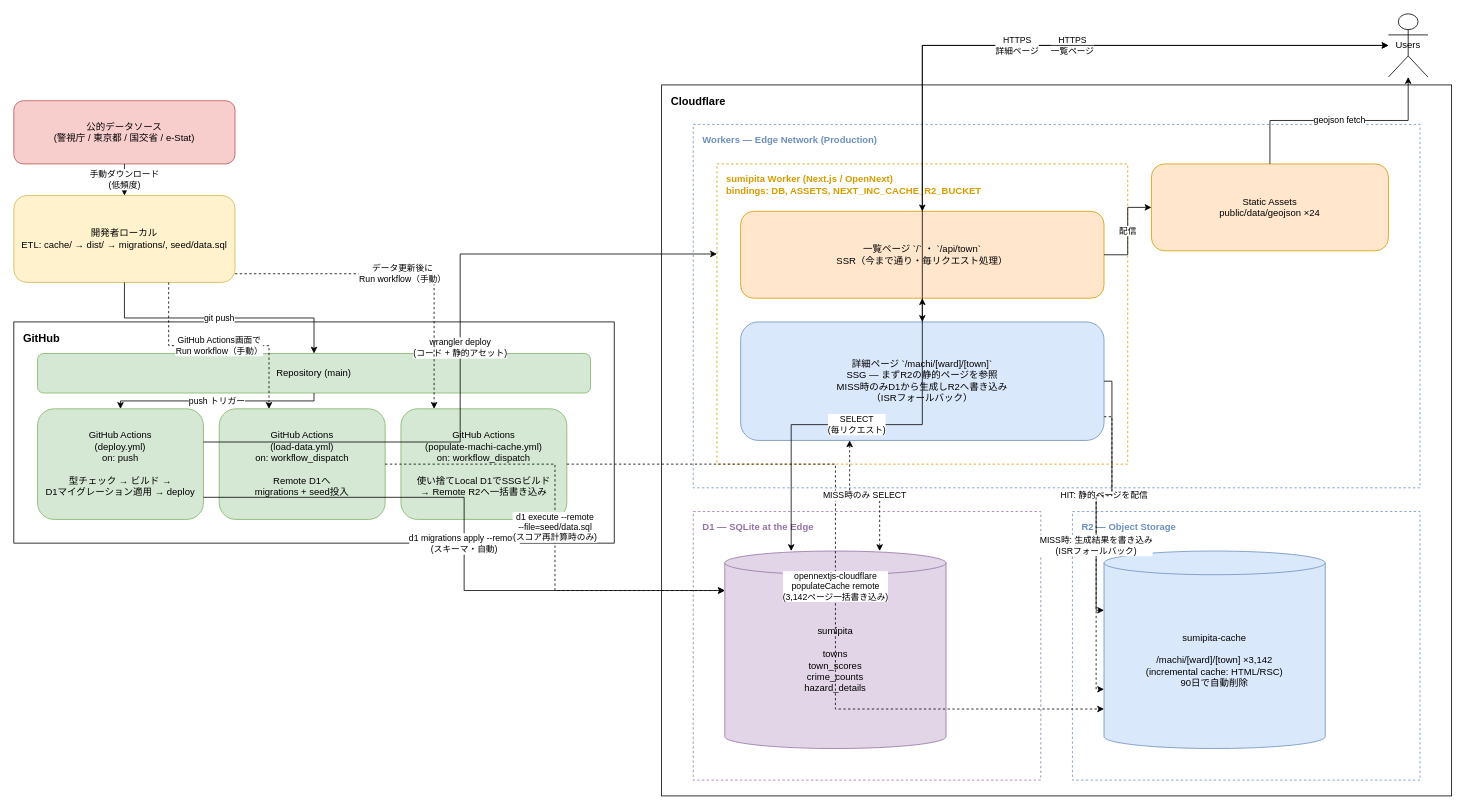
Before: docs/infra.drawio in nok181701/sumipita, a draw.io diagram. Source tidied: cells renumbered, new cells numbered last; positions are measured from the earlier drawing's top-left corner, leaving out a move shared by most shapes. Both pictures are drawn from the tidied source at 79%, with x=0, y=0 at pixel (13, 13).
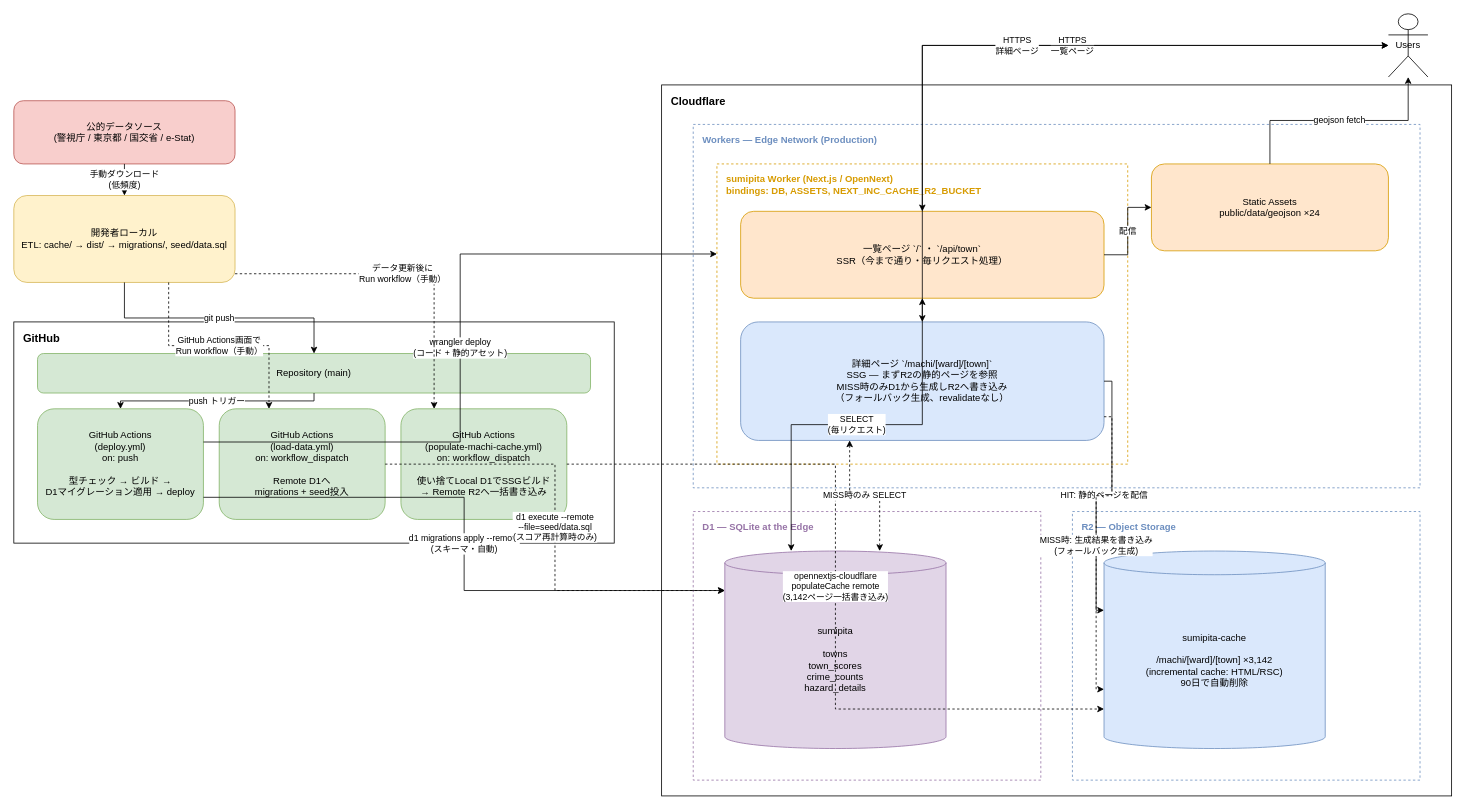
The same page after the edit.

The change refers to these unchanged cells:
```xml
<mxCell id="19" value="sumipita-cache&#10;&#10;/machi/[ward]/[town] ×3,142&#10;(incremental cache: HTML/RSC)&#10;90日で自動削除" style="shape=cylinder3;whiteSpace=wrap;html=1;boundedLbl=1;backgroundOutline=1;size=15;fillColor=#dae8fc;strokeColor=#6c8ebf;" parent="1" vertex="1">
  <mxGeometry x="1380" y="680" width="280" height="250" as="geometry" />
</mxCell>
```

Diff of the diagram source:
```diff
@@
-    <mxCell id="16" value="詳細ページ `/machi/[ward]/[town]`&#10;SSG — まずR2の静的ページを参照&#10;MISS時のみD1から生成しR2へ書き込み&#10;（ISRフォールバック）" style="rounded=1;whiteSpace=wrap;html=1;fillColor=#dae8fc;strokeColor=#6c8ebf;" parent="1" vertex="1">
+    <mxCell id="16" value="詳細ページ `/machi/[ward]/[town]`&#10;SSG — まずR2の静的ページを参照&#10;MISS時のみD1から生成しR2へ書き込み&#10;（フォールバック生成、revalidateなし）" style="rounded=1;whiteSpace=wrap;html=1;fillColor=#dae8fc;strokeColor=#6c8ebf;" parent="1" vertex="1">
       <mxGeometry x="920" y="390" width="460" height="150" as="geometry" />
     </mxCell>
@@
-    <mxCell id="36" value="MISS時: 生成結果を書き込み&#10;(ISRフォールバック)" style="edgeStyle=orthogonalEdgeStyle;rounded=0;html=1;dashed=1;exitX=1;exitY=0.8;entryX=0;entryY=0.7;" parent="1" edge="1" source="16" target="19">
+    <mxCell id="36" value="MISS時: 生成結果を書き込み&#10;(フォールバック生成)" style="edgeStyle=orthogonalEdgeStyle;rounded=0;html=1;dashed=1;exitX=1;exitY=0.8;entryX=0;entryY=0.7;" parent="1" edge="1" source="16" target="19">
       <mxGeometry relative="1" as="geometry" />
     </mxCell>
```
